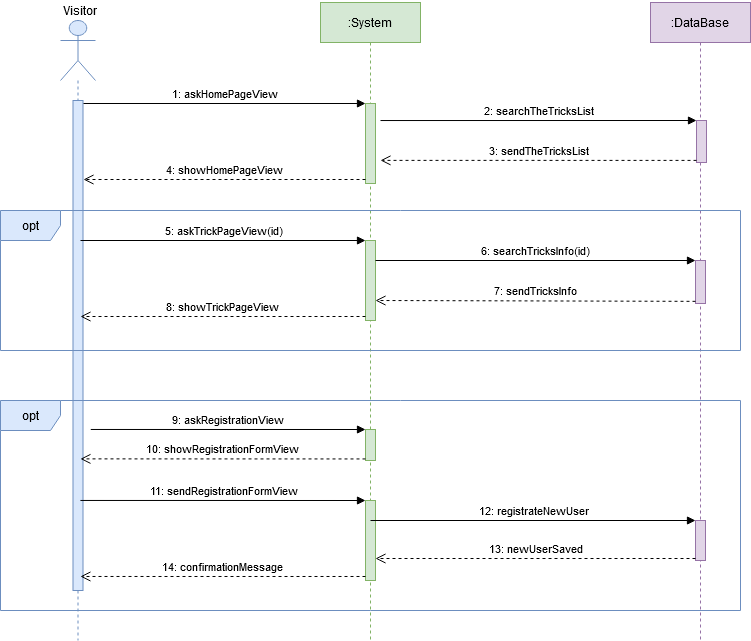
This is diagrams/visitor sequence diagram.png from Shiiyo/6-SnowTricks, a draw.io export, as it was before one commit. Source tidied: cells renumbered, new cells last; positions are measured from the earlier drawing's top-left corner, leaving out a move shared by most shapes. The source it was exported from:
```xml
<mxGraphModel>
  <root>
    <mxCell id="0" />
    <mxCell id="1" parent="0" />
    <mxCell id="2" style="shape=umlLifeline;participant=umlActor;perimeter=lifelinePerimeter;whiteSpace=wrap;html=1;verticalAlign=top;spacingTop=36;labelBackgroundColor=#ffffff;fillColor=#dae8fc;strokeColor=#6c8ebf;size=60;" parent="1" vertex="1">
      <mxGeometry x="60" y="20" width="35" height="620" as="geometry" />
    </mxCell>
    <mxCell id="3" style="html=1;perimeter=orthogonalPerimeter;fillColor=#dae8fc;strokeColor=#6c8ebf;" parent="2" vertex="1">
      <mxGeometry x="12.5" y="80" width="10" height="490" as="geometry" />
    </mxCell>
    <mxCell id="4" value="Visitor" style="text;html=1;strokeColor=none;fillColor=none;align=center;verticalAlign=middle;whiteSpace=wrap;rounded=0;" parent="1" vertex="1">
      <mxGeometry x="60" width="40" height="20" as="geometry" />
    </mxCell>
    <mxCell id="5" value=":System" style="shape=umlLifeline;perimeter=lifelinePerimeter;whiteSpace=wrap;html=1;fillColor=#d5e8d4;strokeColor=#82b366;" parent="1" vertex="1">
      <mxGeometry x="320" y="2" width="100" height="638" as="geometry" />
    </mxCell>
    <mxCell id="6" style="html=1;points=[];perimeter=orthogonalPerimeter;fillColor=#d5e8d4;strokeColor=#82b366;" parent="5" vertex="1">
      <mxGeometry x="45" y="101" width="10" height="80" as="geometry" />
    </mxCell>
    <mxCell id="7" value=":DataBase" style="shape=umlLifeline;perimeter=lifelinePerimeter;whiteSpace=wrap;html=1;fillColor=#e1d5e7;strokeColor=#9673a6;" parent="1" vertex="1">
      <mxGeometry x="650" y="2" width="100" height="638" as="geometry" />
    </mxCell>
    <mxCell id="8" style="html=1;points=[];perimeter=orthogonalPerimeter;fillColor=#e1d5e7;strokeColor=#9673a6;" parent="7" vertex="1">
      <mxGeometry x="46" y="118" width="10" height="42" as="geometry" />
    </mxCell>
    <mxCell id="9" value="4: showHomePageView" style="html=1;verticalAlign=bottom;endArrow=open;dashed=1;endSize=8;exitX=0;exitY=0.95;" parent="1" edge="1" source="6">
      <mxGeometry relative="1" as="geometry">
        <mxPoint x="83" y="179" as="targetPoint" />
      </mxGeometry>
    </mxCell>
    <mxCell id="10" value="1: askHomePageView" style="html=1;verticalAlign=bottom;endArrow=block;entryX=0;entryY=0;" parent="1" edge="1" target="6">
      <mxGeometry relative="1" as="geometry">
        <mxPoint x="83" y="103" as="sourcePoint" />
      </mxGeometry>
    </mxCell>
    <mxCell id="11" value="3: sendTheTricksList" style="html=1;verticalAlign=bottom;endArrow=open;dashed=1;endSize=8;exitX=0;exitY=0.95;entryX=1.5;entryY=0.711;entryDx=0;entryDy=0;entryPerimeter=0;" parent="1" edge="1" source="8" target="6">
      <mxGeometry relative="1" as="geometry" />
    </mxCell>
    <mxCell id="12" value="2: searchTheTricksList" style="html=1;verticalAlign=bottom;endArrow=block;entryX=0;entryY=0;exitX=1.5;exitY=0.213;exitDx=0;exitDy=0;exitPerimeter=0;" parent="1" edge="1" source="6" target="8">
      <mxGeometry relative="1" as="geometry" />
    </mxCell>
    <mxCell id="13" value="opt" style="shape=umlFrame;whiteSpace=wrap;html=1;fillColor=#dae8fc;strokeColor=#6c8ebf;" parent="1" vertex="1">
      <mxGeometry y="210" width="740" height="140" as="geometry" />
    </mxCell>
    <mxCell id="14" style="html=1;points=[];perimeter=orthogonalPerimeter;fillColor=#d5e8d4;strokeColor=#82b366;" parent="1" vertex="1">
      <mxGeometry x="365" y="240" width="10" height="80" as="geometry" />
    </mxCell>
    <mxCell id="15" value="5: askTrickPageView(id)" style="html=1;verticalAlign=bottom;endArrow=block;entryX=0;entryY=0;" parent="1" edge="1" target="14">
      <mxGeometry relative="1" as="geometry">
        <mxPoint x="80" y="240" as="sourcePoint" />
      </mxGeometry>
    </mxCell>
    <mxCell id="16" value="8: showTrickPageView" style="html=1;verticalAlign=bottom;endArrow=open;dashed=1;endSize=8;exitX=0;exitY=0.95;" parent="1" edge="1" source="14">
      <mxGeometry relative="1" as="geometry">
        <mxPoint x="80" y="316" as="targetPoint" />
      </mxGeometry>
    </mxCell>
    <mxCell id="17" style="html=1;points=[];perimeter=orthogonalPerimeter;fillColor=#e1d5e7;strokeColor=#9673a6;" parent="1" vertex="1">
      <mxGeometry x="695" y="260" width="10" height="43" as="geometry" />
    </mxCell>
    <mxCell id="18" value="6: searchTricksInfo(id)" style="html=1;verticalAlign=bottom;endArrow=block;entryX=0;entryY=0;" parent="1" edge="1" source="14" target="17">
      <mxGeometry relative="1" as="geometry" />
    </mxCell>
    <mxCell id="19" value="7: sendTricksInfo" style="html=1;verticalAlign=bottom;endArrow=open;dashed=1;endSize=8;exitX=0;exitY=0.95;entryX=1;entryY=0.75;entryDx=0;entryDy=0;entryPerimeter=0;" parent="1" edge="1" source="17" target="14">
      <mxGeometry relative="1" as="geometry" />
    </mxCell>
    <mxCell id="20" value="opt" style="shape=umlFrame;whiteSpace=wrap;html=1;fillColor=#dae8fc;strokeColor=#6c8ebf;" parent="1" vertex="1">
      <mxGeometry y="400" width="740" height="210" as="geometry" />
    </mxCell>
    <mxCell id="21" style="html=1;points=[];perimeter=orthogonalPerimeter;fillColor=#d5e8d4;strokeColor=#82b366;" parent="1" vertex="1">
      <mxGeometry x="365" y="429" width="10" height="31" as="geometry" />
    </mxCell>
    <mxCell id="22" value="9: askRegistrationView" style="html=1;verticalAlign=bottom;endArrow=block;entryX=0;entryY=0;exitX=0.122;exitY=0.138;exitDx=0;exitDy=0;exitPerimeter=0;" parent="1" edge="1" source="20" target="21">
      <mxGeometry relative="1" as="geometry" />
    </mxCell>
    <mxCell id="23" value="10: showRegistrationFormView" style="html=1;verticalAlign=bottom;endArrow=open;dashed=1;endSize=8;exitX=0;exitY=0.95;entryX=0.108;entryY=0.278;entryDx=0;entryDy=0;entryPerimeter=0;" parent="1" edge="1" source="21" target="20">
      <mxGeometry relative="1" as="geometry" />
    </mxCell>
    <mxCell id="24" style="html=1;points=[];perimeter=orthogonalPerimeter;fillColor=#d5e8d4;strokeColor=#82b366;" parent="1" vertex="1">
      <mxGeometry x="365" y="500" width="10" height="80" as="geometry" />
    </mxCell>
    <mxCell id="25" value="11: sendRegistrationFormView" style="html=1;verticalAlign=bottom;endArrow=block;entryX=0;entryY=0;exitX=0.108;exitY=0.476;exitDx=0;exitDy=0;exitPerimeter=0;" parent="1" edge="1" source="20" target="24">
      <mxGeometry relative="1" as="geometry" />
    </mxCell>
    <mxCell id="26" value="14: confirmationMessage" style="html=1;verticalAlign=bottom;endArrow=open;dashed=1;endSize=8;exitX=0;exitY=0.95;entryX=0.108;entryY=0.838;entryDx=0;entryDy=0;entryPerimeter=0;" parent="1" edge="1" source="24" target="20">
      <mxGeometry relative="1" as="geometry" />
    </mxCell>
    <mxCell id="27" style="html=1;points=[];perimeter=orthogonalPerimeter;fillColor=#e1d5e7;strokeColor=#9673a6;" parent="1" vertex="1">
      <mxGeometry x="695" y="520" width="10" height="40" as="geometry" />
    </mxCell>
    <mxCell id="28" value="12: registrateNewUser" style="html=1;verticalAlign=bottom;endArrow=block;entryX=0;entryY=0;exitX=0.5;exitY=0.25;exitDx=0;exitDy=0;exitPerimeter=0;" parent="1" edge="1" source="24" target="27">
      <mxGeometry relative="1" as="geometry" />
    </mxCell>
    <mxCell id="29" value="13: newUserSaved" style="html=1;verticalAlign=bottom;endArrow=open;dashed=1;endSize=8;exitX=0;exitY=0.95;" parent="1" edge="1" source="27" target="24">
      <mxGeometry relative="1" as="geometry" />
    </mxCell>
  </root>
</mxGraphModel>
```
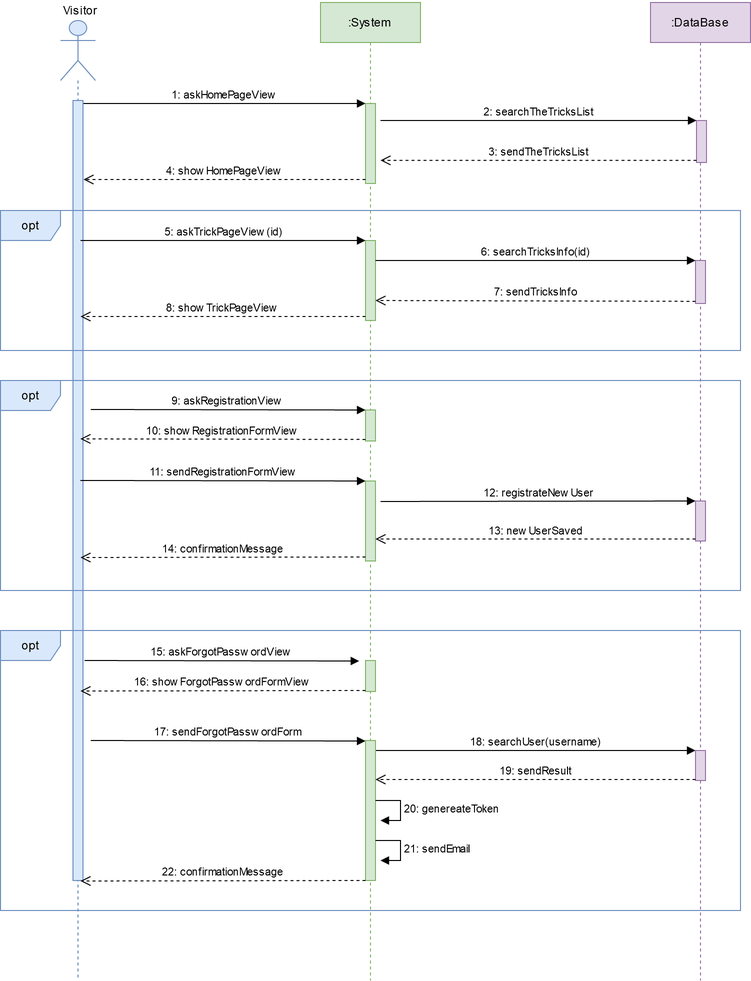
Above is the later version.

Diff of the diagram source:
```diff
@@ -3,22 +3,25 @@
     <mxCell id="0" />
     <mxCell id="1" parent="0" />
     <mxCell id="2" style="shape=umlLifeline;participant=umlActor;perimeter=lifelinePerimeter;whiteSpace=wrap;html=1;verticalAlign=top;spacingTop=36;labelBackgroundColor=#ffffff;fillColor=#dae8fc;strokeColor=#6c8ebf;size=60;" parent="1" vertex="1">
-      <mxGeometry x="60" y="20" width="35" height="620" as="geometry" />
+      <mxGeometry x="60" y="20" width="35" height="960" as="geometry" />
     </mxCell>
     <mxCell id="3" style="html=1;perimeter=orthogonalPerimeter;fillColor=#dae8fc;strokeColor=#6c8ebf;" parent="2" vertex="1">
-      <mxGeometry x="12.5" y="80" width="10" height="490" as="geometry" />
+      <mxGeometry x="12.5" y="80" width="10" height="780" as="geometry" />
     </mxCell>
     <mxCell id="4" value="Visitor" style="text;html=1;strokeColor=none;fillColor=none;align=center;verticalAlign=middle;whiteSpace=wrap;rounded=0;" parent="1" vertex="1">
       <mxGeometry x="60" width="40" height="20" as="geometry" />
     </mxCell>
     <mxCell id="5" value=":System" style="shape=umlLifeline;perimeter=lifelinePerimeter;whiteSpace=wrap;html=1;fillColor=#d5e8d4;strokeColor=#82b366;" parent="1" vertex="1">
-      <mxGeometry x="320" y="2" width="100" height="638" as="geometry" />
+      <mxGeometry x="320" y="2" width="100" height="978" as="geometry" />
     </mxCell>
     <mxCell id="6" style="html=1;points=[];perimeter=orthogonalPerimeter;fillColor=#d5e8d4;strokeColor=#82b366;" parent="5" vertex="1">
       <mxGeometry x="45" y="101" width="10" height="80" as="geometry" />
     </mxCell>
+    <mxCell id="30" style="html=1;perimeter=orthogonalPerimeter;fillColor=#d5e8d4;strokeColor=#82b366;" parent="5" vertex="1">
+      <mxGeometry x="45" y="658" width="10" height="31" as="geometry" />
+    </mxCell>
     <mxCell id="7" value=":DataBase" style="shape=umlLifeline;perimeter=lifelinePerimeter;whiteSpace=wrap;html=1;fillColor=#e1d5e7;strokeColor=#9673a6;" parent="1" vertex="1">
-      <mxGeometry x="650" y="2" width="100" height="638" as="geometry" />
+      <mxGeometry x="650" y="2" width="100" height="978" as="geometry" />
     </mxCell>
     <mxCell id="8" style="html=1;points=[];perimeter=orthogonalPerimeter;fillColor=#e1d5e7;strokeColor=#9673a6;" parent="7" vertex="1">
       <mxGeometry x="46" y="118" width="10" height="42" as="geometry" />
@@ -65,10 +68,10 @@
       <mxGeometry relative="1" as="geometry" />
     </mxCell>
     <mxCell id="20" value="opt" style="shape=umlFrame;whiteSpace=wrap;html=1;fillColor=#dae8fc;strokeColor=#6c8ebf;" parent="1" vertex="1">
-      <mxGeometry y="400" width="740" height="210" as="geometry" />
+      <mxGeometry y="380" width="740" height="210" as="geometry" />
     </mxCell>
     <mxCell id="21" style="html=1;points=[];perimeter=orthogonalPerimeter;fillColor=#d5e8d4;strokeColor=#82b366;" parent="1" vertex="1">
-      <mxGeometry x="365" y="429" width="10" height="31" as="geometry" />
+      <mxGeometry x="365" y="409.5" width="10" height="31" as="geometry" />
     </mxCell>
     <mxCell id="22" value="9: askRegistrationView" style="html=1;verticalAlign=bottom;endArrow=block;entryX=0;entryY=0;exitX=0.122;exitY=0.138;exitDx=0;exitDy=0;exitPerimeter=0;" parent="1" edge="1" source="20" target="21">
       <mxGeometry relative="1" as="geometry" />
@@ -77,22 +80,90 @@
       <mxGeometry relative="1" as="geometry" />
     </mxCell>
     <mxCell id="24" style="html=1;points=[];perimeter=orthogonalPerimeter;fillColor=#d5e8d4;strokeColor=#82b366;" parent="1" vertex="1">
-      <mxGeometry x="365" y="500" width="10" height="80" as="geometry" />
+      <mxGeometry x="365" y="480.5" width="10" height="80" as="geometry" />
     </mxCell>
     <mxCell id="25" value="11: sendRegistrationFormView" style="html=1;verticalAlign=bottom;endArrow=block;entryX=0;entryY=0;exitX=0.108;exitY=0.476;exitDx=0;exitDy=0;exitPerimeter=0;" parent="1" edge="1" source="20" target="24">
       <mxGeometry relative="1" as="geometry" />
     </mxCell>
-    <mxCell id="26" value="14: confirmationMessage" style="html=1;verticalAlign=bottom;endArrow=open;dashed=1;endSize=8;exitX=0;exitY=0.95;entryX=0.108;entryY=0.838;entryDx=0;entryDy=0;entryPerimeter=0;" parent="1" edge="1" source="24" target="20">
-      <mxGeometry relative="1" as="geometry" />
+    <mxCell id="26" value="14: confirmationMessage" style="html=1;verticalAlign=bottom;endArrow=open;dashed=1;endSize=8;exitX=0;exitY=0.95;" parent="1" edge="1" source="24">
+      <mxGeometry relative="1" as="geometry">
+        <mxPoint x="80" y="557" as="targetPoint" />
+      </mxGeometry>
     </mxCell>
     <mxCell id="27" style="html=1;points=[];perimeter=orthogonalPerimeter;fillColor=#e1d5e7;strokeColor=#9673a6;" parent="1" vertex="1">
-      <mxGeometry x="695" y="520" width="10" height="40" as="geometry" />
+      <mxGeometry x="695" y="500.5" width="10" height="40" as="geometry" />
     </mxCell>
-    <mxCell id="28" value="12: registrateNewUser" style="html=1;verticalAlign=bottom;endArrow=block;entryX=0;entryY=0;exitX=0.5;exitY=0.25;exitDx=0;exitDy=0;exitPerimeter=0;" parent="1" edge="1" source="24" target="27">
-      <mxGeometry relative="1" as="geometry" />
+    <mxCell id="28" value="12: registrateNewUser" style="html=1;verticalAlign=bottom;endArrow=block;entryX=0;entryY=0;" parent="1" edge="1" target="27">
+      <mxGeometry relative="1" as="geometry">
+        <mxPoint x="380" y="501" as="sourcePoint" />
+      </mxGeometry>
     </mxCell>
     <mxCell id="29" value="13: newUserSaved" style="html=1;verticalAlign=bottom;endArrow=open;dashed=1;endSize=8;exitX=0;exitY=0.95;" parent="1" edge="1" source="27" target="24">
       <mxGeometry relative="1" as="geometry" />
     </mxCell>
+    <mxCell id="31" value="opt" style="shape=umlFrame;whiteSpace=wrap;html=1;fillColor=#dae8fc;strokeColor=#6c8ebf;" parent="1" vertex="1">
+      <mxGeometry y="630" width="740" height="280" as="geometry" />
+    </mxCell>
+    <mxCell id="32" value="15: askForgotPasswordView" style="html=1;verticalAlign=bottom;endArrow=block;entryX=0;entryY=0;exitX=0.122;exitY=0.138;exitDx=0;exitDy=0;exitPerimeter=0;" parent="1" edge="1">
+      <mxGeometry relative="1" as="geometry">
+        <mxPoint x="84" y="660" as="sourcePoint" />
+        <mxPoint x="358.7" y="660.5" as="targetPoint" />
+      </mxGeometry>
+    </mxCell>
+    <mxCell id="33" value="18: searchUser(username)" style="html=1;verticalAlign=bottom;endArrow=block;entryX=0;entryY=0;" parent="1" edge="1">
+      <mxGeometry relative="1" as="geometry">
+        <mxPoint x="375" y="750" as="sourcePoint" />
+        <mxPoint x="695" y="750" as="targetPoint" />
+      </mxGeometry>
+    </mxCell>
+    <mxCell id="34" value="16: showForgotPasswordFormView" style="html=1;verticalAlign=bottom;endArrow=open;dashed=1;endSize=8;exitX=0;exitY=0.95;" parent="1" edge="1">
+      <mxGeometry relative="1" as="geometry">
+        <mxPoint x="365" y="690" as="sourcePoint" />
+        <mxPoint x="80" y="690.5" as="targetPoint" />
+      </mxGeometry>
+    </mxCell>
+    <mxCell id="35" value="17: sendForgotPasswordForm" style="html=1;verticalAlign=bottom;endArrow=block;entryX=0;entryY=0;exitX=0.122;exitY=0.138;exitDx=0;exitDy=0;exitPerimeter=0;" parent="1" edge="1">
+      <mxGeometry relative="1" as="geometry">
+        <mxPoint x="90.3" y="740" as="sourcePoint" />
+        <mxPoint x="365" y="740.5" as="targetPoint" />
+      </mxGeometry>
+    </mxCell>
+    <mxCell id="36" style="html=1;perimeter=orthogonalPerimeter;fillColor=#d5e8d4;strokeColor=#82b366;" parent="1" vertex="1">
+      <mxGeometry x="365" y="740" width="10" height="140" as="geometry" />
+    </mxCell>
+    <mxCell id="37" style="html=1;perimeter=orthogonalPerimeter;fillColor=#e1d5e7;strokeColor=#9673a6;" parent="1" vertex="1">
+      <mxGeometry x="695" y="750" width="10" height="30" as="geometry" />
+    </mxCell>
+    <mxCell id="38" value="19: sendResult" style="html=1;verticalAlign=bottom;endArrow=open;dashed=1;endSize=8;exitX=0;exitY=0.95;" parent="1" edge="1">
+      <mxGeometry relative="1" as="geometry">
+        <mxPoint x="695" y="779" as="sourcePoint" />
+        <mxPoint x="375" y="779" as="targetPoint" />
+      </mxGeometry>
+    </mxCell>
+    <mxCell id="39" value="20: genereateToken" style="edgeStyle=orthogonalEdgeStyle;html=1;align=left;spacingLeft=2;endArrow=block;rounded=0;entryX=1;entryY=0;" parent="1" edge="1">
+      <mxGeometry relative="1" as="geometry">
+        <mxPoint x="375" y="800" as="sourcePoint" />
+        <mxPoint x="380" y="820" as="targetPoint" />
+        <Array as="points">
+          <mxPoint x="400" y="800" />
+        </Array>
+      </mxGeometry>
+    </mxCell>
+    <mxCell id="40" value="21: sendEmail" style="edgeStyle=orthogonalEdgeStyle;html=1;align=left;spacingLeft=2;endArrow=block;rounded=0;entryX=1;entryY=0;" parent="1" edge="1">
+      <mxGeometry relative="1" as="geometry">
+        <mxPoint x="375" y="840" as="sourcePoint" />
+        <mxPoint x="380" y="860" as="targetPoint" />
+        <Array as="points">
+          <mxPoint x="400" y="840" />
+          <mxPoint x="400" y="860" />
+        </Array>
+      </mxGeometry>
+    </mxCell>
+    <mxCell id="41" value="22: confirmationMessage" style="html=1;verticalAlign=bottom;endArrow=open;dashed=1;endSize=8;exitX=0;exitY=0.95;" parent="1" edge="1">
+      <mxGeometry relative="1" as="geometry">
+        <mxPoint x="365" y="880" as="sourcePoint" />
+        <mxPoint x="80" y="880.5" as="targetPoint" />
+      </mxGeometry>
+    </mxCell>
   </root>
 </mxGraphModel>
```
